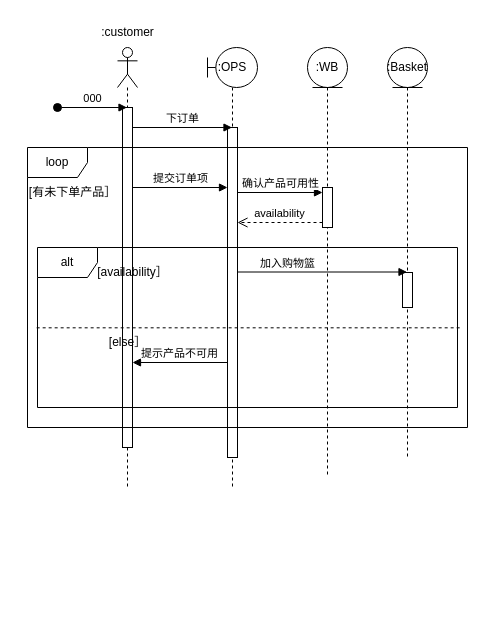
Earlier version of the draw.io diagram orders_sequence.drawio (yayaer123/drawio_demo). Source tidied: cells renumbered, new cells numbered last; positions are measured from the earlier drawing's top-left corner, leaving out a move shared by most shapes. Both pictures are drawn from the tidied source at 100%, with x=0, y=0 at pixel (17, 17).
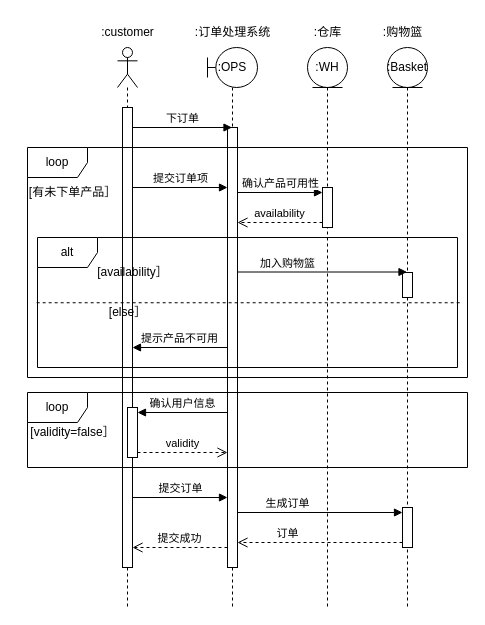
The same diagram, later.

What changed in the source:
```diff
@@
     <mxCell id="2" value=":OPS" style="shape=umlLifeline;perimeter=lifelinePerimeter;whiteSpace=wrap;html=1;newEdgeStyle={&quot;curved&quot;:0,&quot;rounded&quot;:0};participant=umlBoundary;align=center;labelPosition=center;verticalLabelPosition=middle;verticalAlign=middle;" parent="1" vertex="1">
-      <mxGeometry x="190" y="30" width="50" height="440" as="geometry" />
+      <mxGeometry x="190" y="30" width="50" height="560" as="geometry" />
     </mxCell>
     <mxCell id="3" style="html=1;points=[[0,0,0,0,5],[0,1,0,0,-5],[1,0,0,0,5],[1,1,0,0,-5]];perimeter=orthogonalPerimeter;outlineConnect=0;targetShapes=umlLifeline;portConstraint=eastwest;newEdgeStyle={&quot;curved&quot;:0,&quot;rounded&quot;:0};" parent="2" vertex="1">
-      <mxGeometry x="20" y="80" width="10" height="330" as="geometry" />
+      <mxGeometry x="20" y="80" width="10" height="440" as="geometry" />
     </mxCell>
     <mxCell id="4" style="shape=umlLifeline;perimeter=lifelinePerimeter;whiteSpace=wrap;html=1;outlineConnect=0;portConstraint=eastwest;newEdgeStyle={&quot;curved&quot;:0,&quot;rounded&quot;:0};participant=umlActor;" parent="1" vertex="1">
-      <mxGeometry x="100" y="30" width="20" height="440" as="geometry" />
+      <mxGeometry x="100" y="30" width="20" height="560" as="geometry" />
     </mxCell>
     <mxCell id="5" style="html=1;points=[[0,0,0,0,5],[0,1,0,0,-5],[1,0,0,0,5],[1,1,0,0,-5]];perimeter=orthogonalPerimeter;outlineConnect=0;targetShapes=umlLifeline;portConstraint=eastwest;newEdgeStyle={&quot;curved&quot;:0,&quot;rounded&quot;:0};" parent="4" vertex="1">
-      <mxGeometry x="5" y="60" width="10" height="340" as="geometry" />
+      <mxGeometry x="5" y="60" width="10" height="460" as="geometry" />
     </mxCell>
-    <mxCell id="6" value="000" style="html=1;verticalAlign=bottom;startArrow=oval;startFill=1;endArrow=block;startSize=8;curved=0;rounded=0;" parent="1" edge="1" target="4">
-      <mxGeometry x="0.01" relative="1" as="geometry">
-        <mxPoint x="40" y="90" as="sourcePoint" />
-      </mxGeometry>
-    </mxCell>
+    <mxCell id="24" style="html=1;points=[[0,0,0,0,5],[0,1,0,0,-5],[1,0,0,0,5],[1,1,0,0,-5]];perimeter=orthogonalPerimeter;outlineConnect=0;targetShapes=umlLifeline;portConstraint=eastwest;newEdgeStyle={&quot;curved&quot;:0,&quot;rounded&quot;:0};" parent="4" vertex="1">
+      <mxGeometry x="10" y="360" width="10" height="50" as="geometry" />
+    </mxCell>
@@
     <mxCell id="9" value="loop" style="shape=umlFrame;whiteSpace=wrap;html=1;" parent="1" vertex="1">
-      <mxGeometry x="10" y="130" width="440" height="280" as="geometry" />
+      <mxGeometry x="10" y="130" width="440" height="230" as="geometry" />
     </mxCell>
@@
     <mxCell id="14" value="alt" style="shape=umlFrame;whiteSpace=wrap;html=1;" parent="1" vertex="1">
-      <mxGeometry x="20" y="230" width="420" height="160" as="geometry" />
+      <mxGeometry x="20" y="220" width="420" height="130" as="geometry" />
     </mxCell>
-    <mxCell id="15" value=":WB" style="shape=umlLifeline;perimeter=lifelinePerimeter;whiteSpace=wrap;html=1;newEdgeStyle={&quot;curved&quot;:0,&quot;rounded&quot;:0};participant=umlEntity;" parent="1" vertex="1">
-      <mxGeometry x="290" y="30" width="40" height="430" as="geometry" />
+    <mxCell id="15" value=":WH" style="shape=umlLifeline;perimeter=lifelinePerimeter;whiteSpace=wrap;html=1;newEdgeStyle={&quot;curved&quot;:0,&quot;rounded&quot;:0};participant=umlEntity;" parent="1" vertex="1">
+      <mxGeometry x="290" y="30" width="40" height="560" as="geometry" />
     </mxCell>
@@
     <mxCell id="18" value=":Basket" style="shape=umlLifeline;perimeter=lifelinePerimeter;whiteSpace=wrap;html=1;newEdgeStyle={&quot;curved&quot;:0,&quot;rounded&quot;:0};participant=umlEntity;" parent="1" vertex="1">
-      <mxGeometry x="370" y="30" width="40" height="410" as="geometry" />
+      <mxGeometry x="370" y="30" width="40" height="560" as="geometry" />
     </mxCell>
     <mxCell id="19" style="html=1;perimeter=orthogonalPerimeter;targetShapes=umlLifeline;newEdgeStyle={&quot;curved&quot;:0,&quot;rounded&quot;:0};" parent="18" vertex="1">
-      <mxGeometry x="15" y="225" width="10" height="35" as="geometry" />
+      <mxGeometry x="15" y="225" width="10" height="25" as="geometry" />
     </mxCell>
+    <mxCell id="25" style="html=1;points=[[0,0,0,0,5],[0,1,0,0,-5],[1,0,0,0,5],[1,1,0,0,-5]];perimeter=orthogonalPerimeter;outlineConnect=0;targetShapes=umlLifeline;portConstraint=eastwest;newEdgeStyle={&quot;curved&quot;:0,&quot;rounded&quot;:0};" parent="18" vertex="1">
+      <mxGeometry x="15" y="460" width="10" height="40" as="geometry" />
+    </mxCell>
@@
     <mxCell id="21" value="[else］" style="text;html=1;align=center;verticalAlign=middle;strokeColor=none;fillColor=none;" parent="1" vertex="1">
-      <mxGeometry x="80" y="310" width="60" height="30" as="geometry" />
+      <mxGeometry x="80" y="280" width="60" height="30" as="geometry" />
     </mxCell>
@@
-    <mxCell id="23" value="提示产品不可用" style="html=1;verticalAlign=bottom;endArrow=block;curved=0;rounded=0;" parent="1" edge="1">
+    <mxCell id="23" value="提示产品不可用" style="html=1;verticalAlign=bottom;endArrow=block;curved=0;rounded=0;" parent="1" edge="1" target="5">
       <mxGeometry relative="1" as="geometry">
-        <mxPoint x="210" y="345" as="sourcePoint" />
-        <mxPoint x="115" y="345" as="targetPoint" />
+        <mxPoint x="210" y="330" as="sourcePoint" />
       </mxGeometry>
     </mxCell>
+    <mxCell id="26" value="确认用户信息" style="html=1;verticalAlign=bottom;endArrow=block;curved=0;rounded=0;entryX=1;entryY=0;entryDx=0;entryDy=5;" parent="1" edge="1" source="3" target="24">
+      <mxGeometry relative="1" as="geometry" />
+    </mxCell>
+    <mxCell id="27" value="validity" style="html=1;verticalAlign=bottom;endArrow=open;dashed=1;endSize=8;curved=0;rounded=0;exitX=1;exitY=1;exitDx=0;exitDy=-5;" parent="1" edge="1" source="24" target="3">
+      <mxGeometry relative="1" as="geometry" />
+    </mxCell>
+    <mxCell id="28" value="loop" style="shape=umlFrame;whiteSpace=wrap;html=1;" parent="1" vertex="1">
+      <mxGeometry x="10" y="375" width="440" height="75" as="geometry" />
+    </mxCell>
+    <mxCell id="29" value="[validity=false］" style="text;html=1;align=center;verticalAlign=middle;strokeColor=none;fillColor=none;" parent="1" vertex="1">
+      <mxGeometry y="400" width="110" height="30" as="geometry" />
+    </mxCell>
+    <mxCell id="30" value="提交成功" style="html=1;verticalAlign=bottom;endArrow=open;dashed=1;endSize=8;curved=0;rounded=0;" parent="1" edge="1" target="5">
+      <mxGeometry relative="1" as="geometry">
+        <mxPoint x="210" y="530" as="sourcePoint" />
+      </mxGeometry>
+    </mxCell>
+    <mxCell id="31" value="提交订单" style="html=1;verticalAlign=bottom;endArrow=block;curved=0;rounded=0;entryX=0;entryY=0;entryDx=0;entryDy=5;" parent="1" edge="1">
+      <mxGeometry relative="1" as="geometry">
+        <mxPoint x="115" y="480" as="sourcePoint" />
+        <mxPoint x="210" y="480" as="targetPoint" />
+      </mxGeometry>
+    </mxCell>
+    <mxCell id="32" value="生成订单" style="html=1;verticalAlign=bottom;endArrow=block;curved=0;rounded=0;entryX=0;entryY=0;entryDx=0;entryDy=5;" parent="1" edge="1" source="3" target="25">
+      <mxGeometry x="-0.39" relative="1" as="geometry" />
+    </mxCell>
+    <mxCell id="33" value="订单" style="html=1;verticalAlign=bottom;endArrow=open;dashed=1;endSize=8;curved=0;rounded=0;exitX=0;exitY=1;exitDx=0;exitDy=-5;" parent="1" edge="1" source="25" target="3">
+      <mxGeometry x="0.39" relative="1" as="geometry" />
+    </mxCell>
+    <mxCell id="34" value=":订单处理系统" style="text;html=1;align=center;verticalAlign=middle;strokeColor=none;fillColor=none;" parent="1" vertex="1">
+      <mxGeometry x="165" width="100" height="30" as="geometry" />
+    </mxCell>
+    <mxCell id="35" value=":仓库" style="text;html=1;align=center;verticalAlign=middle;strokeColor=none;fillColor=none;" parent="1" vertex="1">
+      <mxGeometry x="285" width="50" height="30" as="geometry" />
+    </mxCell>
+    <mxCell id="36" value=":购物篮" style="text;html=1;align=center;verticalAlign=middle;strokeColor=none;fillColor=none;" parent="1" vertex="1">
+      <mxGeometry x="355" width="60" height="30" as="geometry" />
+    </mxCell>
```
